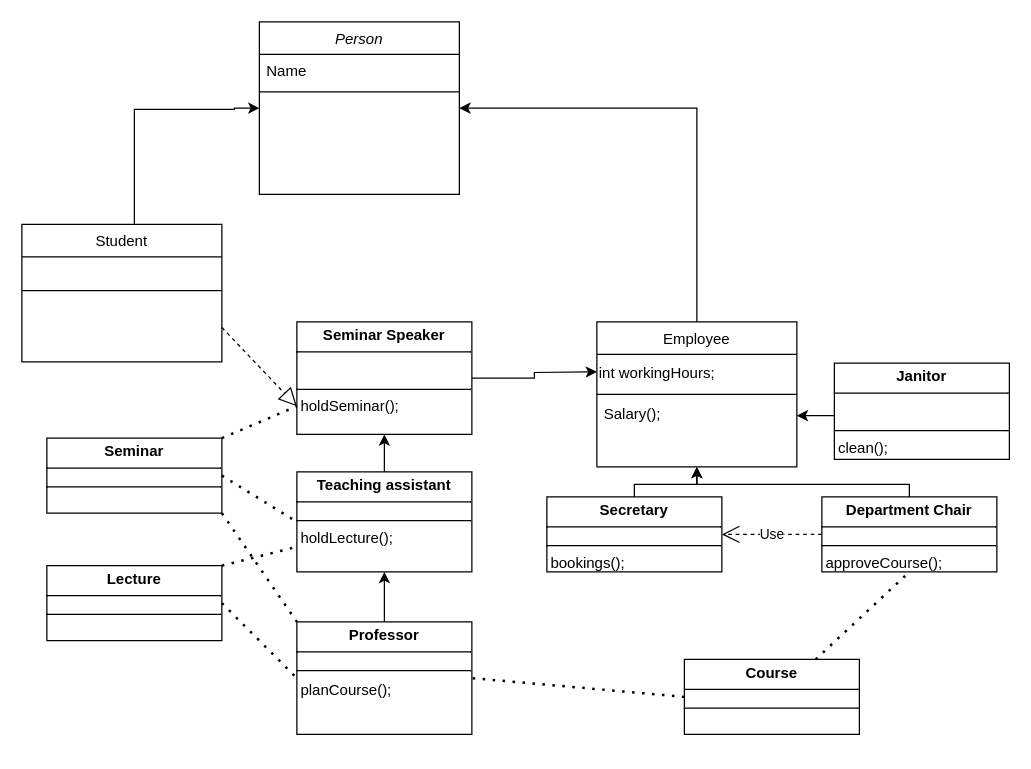
Before: Assignment 4.drawio in DJmoos3/School-coding, a draw.io diagram. Source tidied: cells renumbered, new cells numbered last; positions are measured from the earlier drawing's top-left corner, leaving out a move shared by most shapes. Both pictures are drawn from the tidied source at 125%, with x=0, y=0 at pixel (21, 21).
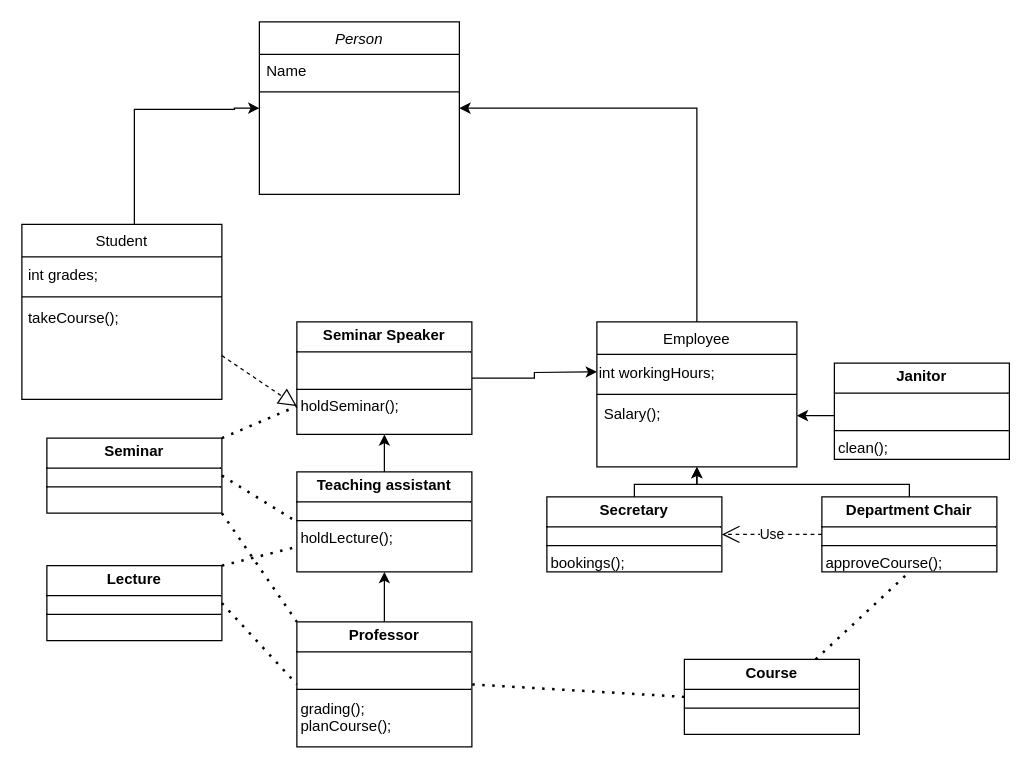
The same page after the edit.

What changed in the source:
```diff
@@
     <mxCell id="6" value="Student" style="swimlane;fontStyle=0;align=center;verticalAlign=top;horizontal=1;startSize=26;rounded=0;shadow=0;strokeWidth=1;" parent="1" vertex="1">
-      <mxGeometry y="162" width="160" height="110" as="geometry" />
+      <mxGeometry y="162" width="160" height="140" as="geometry" />
     </mxCell>
+    <mxCell id="37" value="&amp;nbsp;int grades;" style="text;html=1;align=left;verticalAlign=middle;strokeColor=none;fillColor=none;" parent="6" vertex="1">
+      <mxGeometry y="26" width="160" height="30" as="geometry" />
+    </mxCell>
     <mxCell id="7" style="line;html=1;strokeWidth=1;align=left;verticalAlign=middle;spacingTop=-1;spacingLeft=3;spacingRight=3;labelPosition=right;" parent="6" vertex="1">
-      <mxGeometry y="26" width="160" height="54" as="geometry" />
+      <mxGeometry y="56" width="160" height="4" as="geometry" />
     </mxCell>
+    <mxCell id="38" value="&amp;nbsp;takeCourse();" style="text;html=1;align=left;verticalAlign=middle;strokeColor=none;fillColor=none;" parent="6" vertex="1">
+      <mxGeometry y="60" width="160" height="30" as="geometry" />
+    </mxCell>
@@
-    <mxCell id="18" value="&lt;p style=&quot;margin:0px;margin-top:4px;text-align:center;&quot;&gt;&lt;b&gt;Professor&lt;/b&gt;&lt;/p&gt;&lt;hr size=&quot;1&quot; style=&quot;border-style:solid;&quot;&gt;&lt;div style=&quot;height:2px;&quot;&gt;&lt;/div&gt;&lt;hr size=&quot;1&quot; style=&quot;border-style:solid;&quot;&gt;&lt;div style=&quot;height:2px;&quot;&gt;&amp;nbsp;&lt;/div&gt;&lt;div style=&quot;height:2px;&quot;&gt;&amp;nbsp;planCourse();&lt;/div&gt;" style="verticalAlign=top;align=left;overflow=fill;html=1;whiteSpace=wrap;" parent="1" vertex="1">
-      <mxGeometry x="220" y="480" width="140" height="90" as="geometry" />
+    <mxCell id="18" value="&lt;p style=&quot;margin:0px;margin-top:4px;text-align:center;&quot;&gt;&lt;b&gt;Professor&lt;/b&gt;&lt;/p&gt;&lt;hr size=&quot;1&quot; style=&quot;border-style:solid;&quot;&gt;&lt;div style=&quot;height:2px;&quot;&gt;&lt;/div&gt;&lt;span style=&quot;white-space: pre;&quot;&gt;&#9;&lt;/span&gt;&lt;hr size=&quot;1&quot; style=&quot;border-style:solid;&quot;&gt;&lt;div style=&quot;height:2px;&quot;&gt;&amp;nbsp;&lt;/div&gt;&lt;div style=&quot;height:2px;&quot;&gt;&amp;nbsp;grading();&lt;/div&gt;&lt;div style=&quot;height:2px;&quot;&gt;&lt;br&gt;&lt;/div&gt;&lt;div style=&quot;height:2px;&quot;&gt;&lt;br&gt;&lt;/div&gt;&lt;div style=&quot;height:2px;&quot;&gt;&lt;br&gt;&lt;/div&gt;&lt;div style=&quot;height:2px;&quot;&gt;&lt;br&gt;&lt;/div&gt;&lt;div style=&quot;height:2px;&quot;&gt;&lt;br&gt;&lt;/div&gt;&lt;div style=&quot;height:2px;&quot;&gt;&lt;br&gt;&lt;/div&gt;&lt;div style=&quot;height:2px;&quot;&gt;&amp;nbsp;planCourse();&lt;/div&gt;" style="verticalAlign=top;align=left;overflow=fill;html=1;whiteSpace=wrap;" parent="1" vertex="1">
+      <mxGeometry x="220" y="480" width="140" height="100" as="geometry" />
     </mxCell>
```
